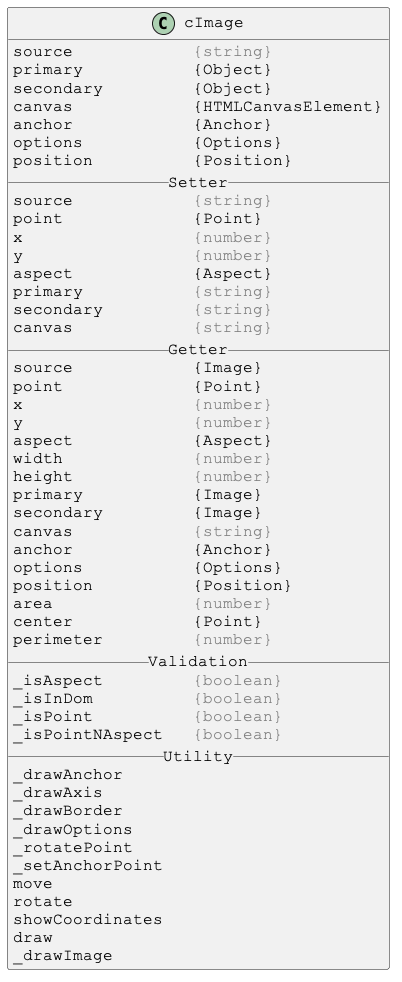
The PlantUML diagram docs/PlantUml/image/cImage.png in Justin-Byrne/canvasLab, before a commit.
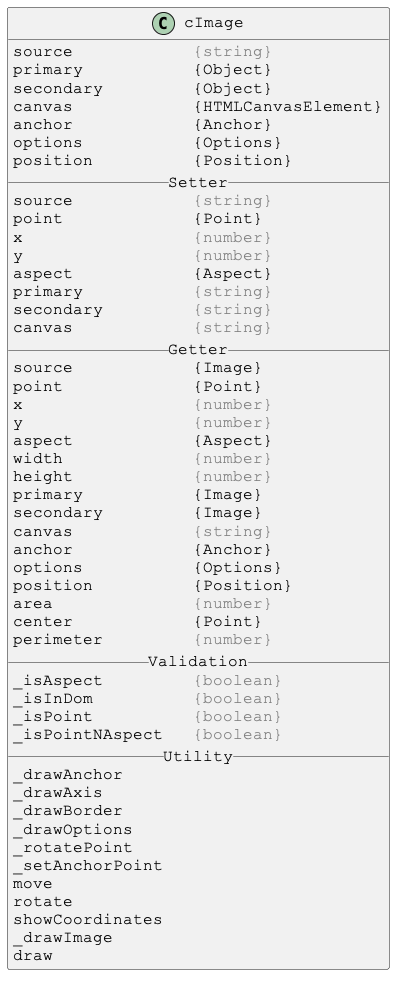
After the change.

Change to the diagram source:
```diff
@@ -52,8 +52,8 @@
 move
 rotate
 showCoordinates
+_drawImage
 draw
-_drawImage
 }
 
 @enduml
```
